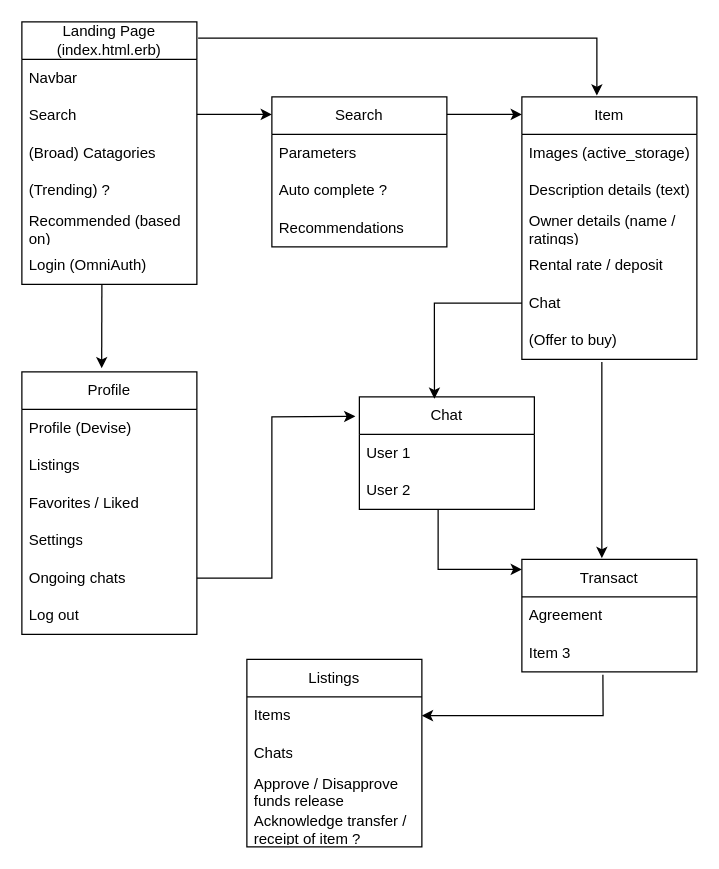
This is page "website navigation overview" (2 of 2) of log/User Experience (Abstract).drawio from chenghowyew/Rent, a draw.io file, before an edit. Source tidied: cells renumbered, new cells numbered last; positions are measured from the earlier drawing's top-left corner, leaving out a move shared by most shapes. Both pictures are drawn from the tidied source at 125%, with x=0, y=0 at pixel (21, 21).
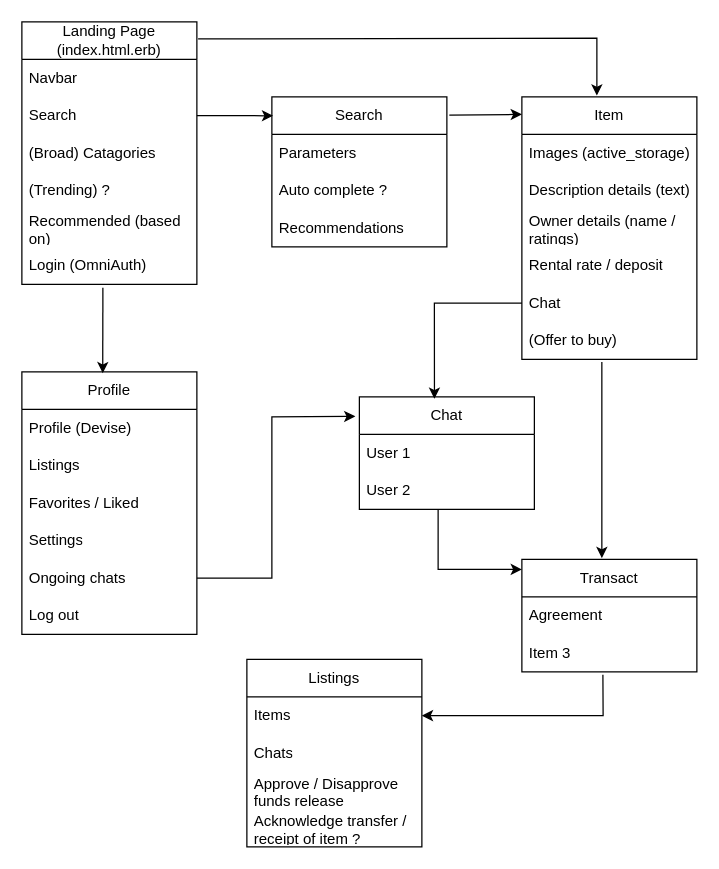
After the change.

The change refers to these unchanged cells:
```xml
<mxCell id="9" value="Landing Page (index.html.erb)" style="swimlane;fontStyle=0;horizontal=1;startSize=30;whiteSpace=wrap;html=1;" parent="1" vertex="1">
  <mxGeometry width="140" height="210" as="geometry" />
</mxCell>
<mxCell id="11" value="Search&amp;nbsp;" style="text;strokeColor=none;fillColor=none;align=left;verticalAlign=middle;spacingLeft=4;spacingRight=4;overflow=hidden;points=[[0,0.5],[1,0.5]];portConstraint=eastwest;whiteSpace=wrap;html=1;" parent="9" vertex="1">
  <mxGeometry y="60" width="140" height="30" as="geometry" />
</mxCell>
<mxCell id="15" value="Login (OmniAuth)" style="text;strokeColor=none;fillColor=none;align=left;verticalAlign=middle;spacingLeft=4;spacingRight=4;overflow=hidden;points=[[0,0.5],[1,0.5]];portConstraint=eastwest;whiteSpace=wrap;html=1;" parent="9" vertex="1">
  <mxGeometry y="180" width="140" height="30" as="geometry" />
</mxCell>
<mxCell id="16" value="Search" style="swimlane;fontStyle=0;horizontal=1;startSize=30;whiteSpace=wrap;html=1;" parent="1" vertex="1">
  <mxGeometry x="200" y="60" width="140" height="120" as="geometry" />
</mxCell>
<mxCell id="22" value="Profile" style="swimlane;fontStyle=0;horizontal=1;startSize=30;whiteSpace=wrap;html=1;" parent="1" vertex="1">
  <mxGeometry y="280" width="140" height="210" as="geometry" />
</mxCell>
```

The edit, as a diff of the source:
```diff
@@
-    <mxCell id="20" style="endArrow=classic;html=1;rounded=0;exitX=0.993;exitY=0.076;exitDx=0;exitDy=0;exitPerimeter=0;entryX=-0.007;entryY=0.133;entryDx=0;entryDy=0;entryPerimeter=0;" parent="1" edge="1">
-      <mxGeometry relative="1" as="geometry">
-        <mxPoint x="140" y="74" as="sourcePoint" />
-        <mxPoint x="200" y="74" as="targetPoint" />
-      </mxGeometry>
+    <mxCell id="20" style="endArrow=classic;html=1;rounded=0;entryX=0.007;entryY=0.126;entryDx=0;entryDy=0;entryPerimeter=0;exitX=1;exitY=0.5;exitDx=0;exitDy=0;" parent="1" edge="1" source="11" target="16">
+      <mxGeometry relative="1" as="geometry" />
     </mxCell>
-    <mxCell id="21" style="endArrow=classic;html=1;rounded=0;entryX=-0.007;entryY=0.133;entryDx=0;entryDy=0;entryPerimeter=0;" parent="1" edge="1">
+    <mxCell id="21" style="endArrow=classic;html=1;rounded=0;entryX=-0.007;entryY=0.133;entryDx=0;entryDy=0;entryPerimeter=0;exitX=1.014;exitY=0.122;exitDx=0;exitDy=0;exitPerimeter=0;" parent="1" edge="1" source="16">
       <mxGeometry relative="1" as="geometry">
-        <mxPoint x="340" y="74" as="sourcePoint" />
         <mxPoint x="400" y="74" as="targetPoint" />
       </mxGeometry>
     </mxCell>
@@
-    <mxCell id="38" style="endArrow=classic;html=1;rounded=0;entryX=0.436;entryY=-0.005;entryDx=0;entryDy=0;entryPerimeter=0;" parent="1" edge="1">
+    <mxCell id="38" style="endArrow=classic;html=1;rounded=0;entryX=0.436;entryY=-0.005;entryDx=0;entryDy=0;entryPerimeter=0;exitX=1.007;exitY=0.065;exitDx=0;exitDy=0;exitPerimeter=0;" parent="1" edge="1" source="9">
       <mxGeometry relative="1" as="geometry">
-        <mxPoint x="141" y="13" as="sourcePoint" />
         <mxPoint x="460" y="59" as="targetPoint" />
         <Array as="points">
           <mxPoint x="460" y="13" />
         </Array>
       </mxGeometry>
     </mxCell>
@@
-    <mxCell id="44" style="endArrow=classic;html=1;rounded=0;entryX=0.456;entryY=-0.014;entryDx=0;entryDy=0;entryPerimeter=0;" parent="1" edge="1" target="22">
-      <mxGeometry relative="1" as="geometry">
-        <mxPoint x="64" y="210" as="sourcePoint" />
-      </mxGeometry>
+    <mxCell id="44" style="endArrow=classic;html=1;rounded=0;entryX=0.462;entryY=0.005;entryDx=0;entryDy=0;entryPerimeter=0;exitX=0.463;exitY=1.09;exitDx=0;exitDy=0;exitPerimeter=0;" parent="1" edge="1" source="15" target="22">
+      <mxGeometry relative="1" as="geometry" />
     </mxCell>
```
